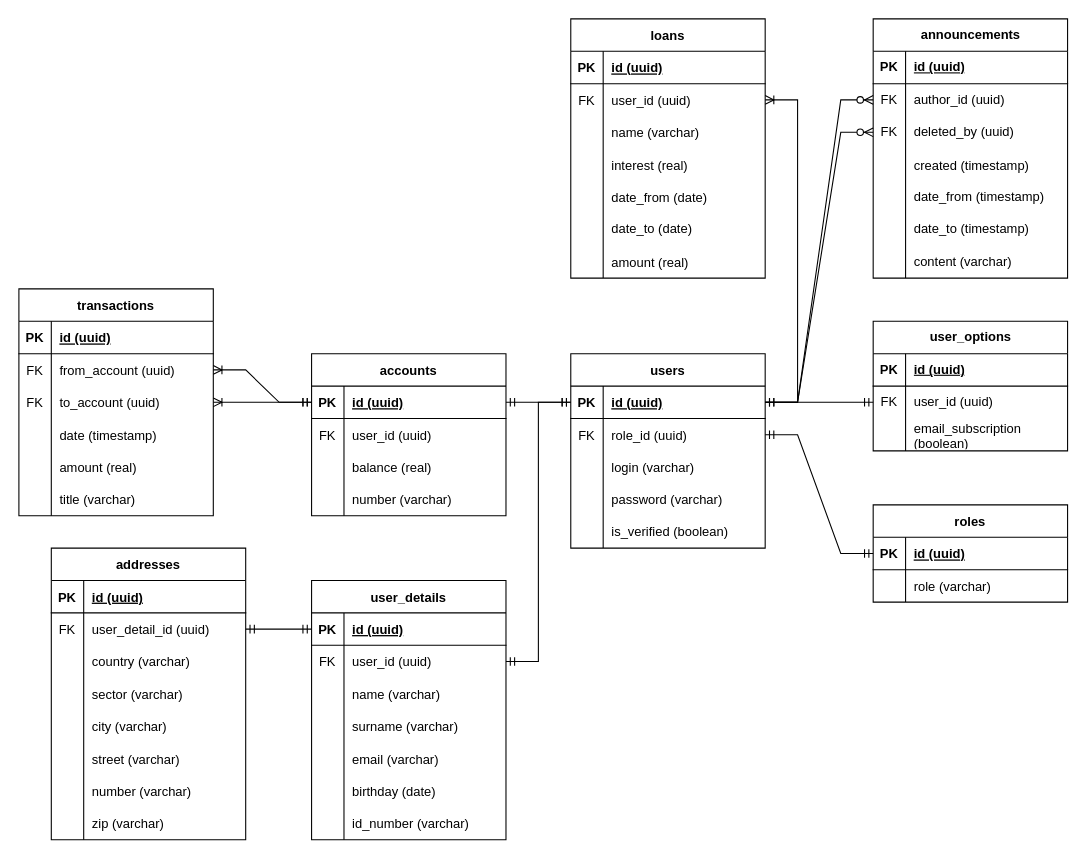
Above: bank database.drawio in Wadowski-Mateusz/bankApp (draw.io), before the change. Source tidied: cells renumbered, new cells numbered last; positions are measured from the earlier drawing's top-left corner, leaving out a move shared by most shapes. Both pictures are drawn from the tidied source at 108%, with x=0, y=0 at pixel (18, 18).
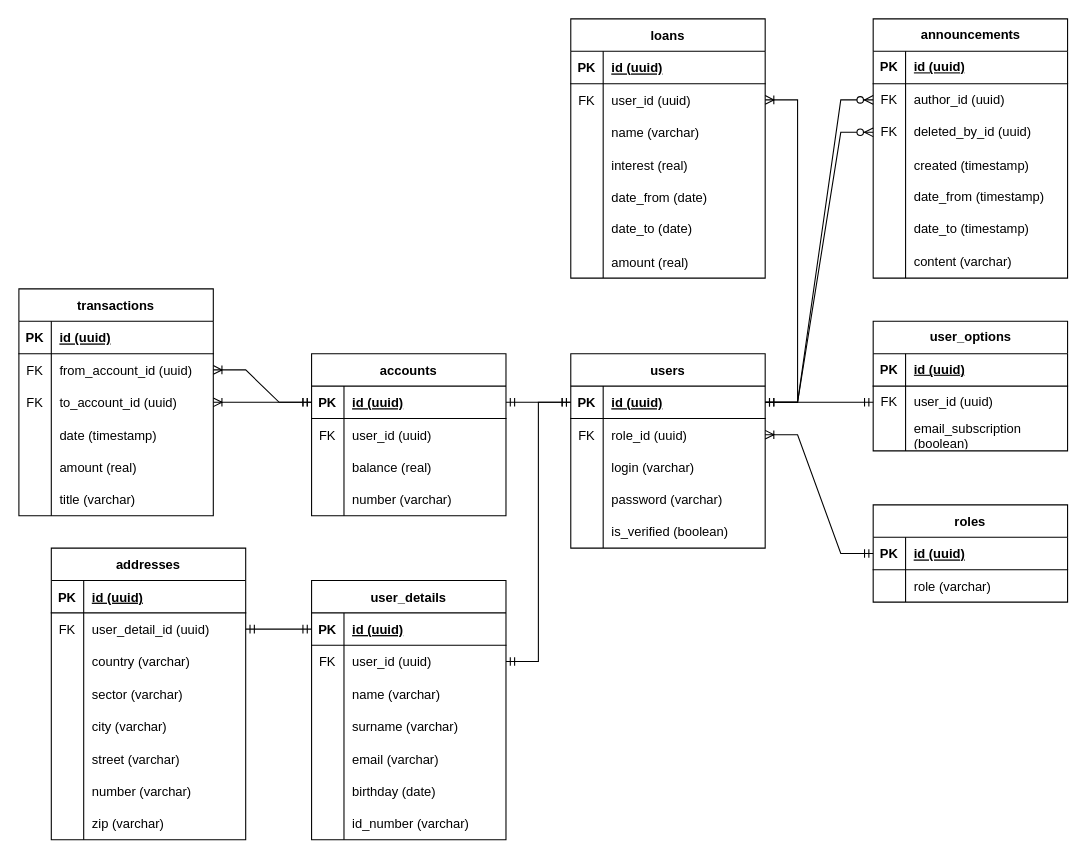
After the change.

Unchanged cells that the change refers to:
```xml
<mxCell id="6" style="shape=tableRow;horizontal=0;startSize=0;swimlaneHead=0;swimlaneBody=0;fillColor=none;points=[[0,0.5],[1,0.5]];portConstraint=eastwest;top=0;left=0;right=0;bottom=0;" parent="2" vertex="1">
  <mxGeometry y="60" width="180" height="30" as="geometry" />
</mxCell>
<mxCell id="19" style="shape=tableRow;horizontal=0;startSize=0;swimlaneHead=0;swimlaneBody=0;fillColor=none;points=[[0,0.5],[1,0.5]];portConstraint=eastwest;top=0;left=0;right=0;bottom=1;" parent="18" vertex="1">
  <mxGeometry y="30" width="180" height="30" as="geometry" />
</mxCell>
<mxCell id="86" style="shape=tableRow;horizontal=0;startSize=0;swimlaneHead=0;swimlaneBody=0;fillColor=none;points=[[0,0.5],[1,0.5]];portConstraint=eastwest;top=0;left=0;right=0;bottom=0;" parent="82" vertex="1">
  <mxGeometry y="60" width="180" height="30" as="geometry" />
</mxCell>
<mxCell id="89" style="shape=tableRow;horizontal=0;startSize=0;swimlaneHead=0;swimlaneBody=0;fillColor=none;points=[[0,0.5],[1,0.5]];portConstraint=eastwest;top=0;left=0;right=0;bottom=0;" parent="82" vertex="1">
  <mxGeometry y="90" width="180" height="30" as="geometry" />
</mxCell>
<mxCell id="144" style="shape=tableRow;horizontal=0;startSize=0;swimlaneHead=0;swimlaneBody=0;fillColor=none;points=[[0,0.5],[1,0.5]];portConstraint=eastwest;top=0;left=0;right=0;bottom=0;" parent="137" vertex="1">
  <mxGeometry y="90" width="180" height="30" as="geometry" />
</mxCell>
```

Change to the diagram source:
```diff
@@
-    <mxCell id="88" value="from_account (uuid)" style="shape=partialRectangle;fillColor=none;top=0;left=0;bottom=0;right=0;align=left;spacingLeft=6;overflow=hidden;" parent="86" vertex="1">
+    <mxCell id="88" value="from_account_id (uuid)" style="shape=partialRectangle;fillColor=none;top=0;left=0;bottom=0;right=0;align=left;spacingLeft=6;overflow=hidden;" parent="86" vertex="1">
       <mxGeometry x="30" width="150" height="30" as="geometry" />
     </mxCell>
@@
-    <mxCell id="91" value="to_account (uuid)" style="shape=partialRectangle;fillColor=none;top=0;left=0;bottom=0;right=0;align=left;spacingLeft=6;overflow=hidden;" parent="89" vertex="1">
+    <mxCell id="91" value="to_account_id (uuid)" style="shape=partialRectangle;fillColor=none;top=0;left=0;bottom=0;right=0;align=left;spacingLeft=6;overflow=hidden;" parent="89" vertex="1">
       <mxGeometry x="30" width="150" height="30" as="geometry" />
     </mxCell>
@@
-    <mxCell id="136" style="edgeStyle=entityRelationEdgeStyle;fontSize=12;html=1;endArrow=ERmandOne;startArrow=ERmandOne;rounded=0;exitX=0;exitY=0.5;exitDx=0;exitDy=0;jumpStyle=sharp;" parent="1" edge="1" source="19" target="6">
+    <mxCell id="136" style="edgeStyle=entityRelationEdgeStyle;fontSize=12;html=1;endArrow=ERoneToMany;startArrow=ERmandOne;rounded=0;exitX=0;exitY=0.5;exitDx=0;exitDy=0;jumpStyle=sharp;endFill=0;" parent="1" edge="1" source="19" target="6">
       <mxGeometry relative="1" as="geometry" />
     </mxCell>
@@
-    <mxCell id="146" value="deleted_by (uuid)" style="shape=partialRectangle;fillColor=none;top=0;left=0;bottom=0;right=0;align=left;spacingLeft=6;fontStyle=0;overflow=hidden;whiteSpace=wrap;html=1;" parent="144" vertex="1">
+    <mxCell id="146" value="deleted_by_id (uuid)" style="shape=partialRectangle;fillColor=none;top=0;left=0;bottom=0;right=0;align=left;spacingLeft=6;fontStyle=0;overflow=hidden;whiteSpace=wrap;html=1;" parent="144" vertex="1">
       <mxGeometry x="30" width="150" height="30" as="geometry" />
     </mxCell>
```
